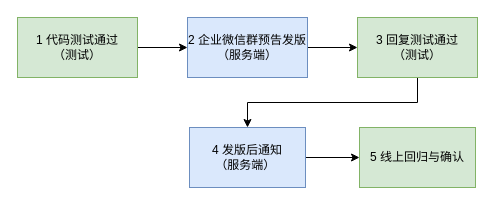
Before: src/发版流程规范-服务端.drawio in ctmaster/waf, a draw.io diagram. Source tidied: cells renumbered, new cells numbered last; positions are measured from the earlier drawing's top-left corner, leaving out a move shared by most shapes. Both pictures are drawn from the tidied source at 100%, with x=0, y=0 at pixel (17, 17).
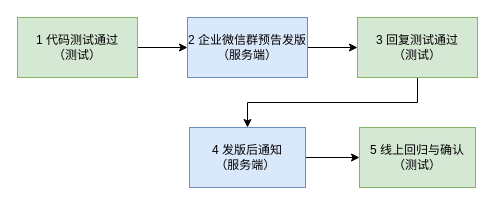
The same page after the edit.

Commit message (it also covers changes not shown here):
Update 发版流程规范-服务端.drawio

What changed in the source:
```diff
@@
 <mxGraphModel>
   <root>
     <mxCell id="0" />
     <mxCell id="1" parent="0" />
     <mxCell id="2" style="edgeStyle=orthogonalEdgeStyle;rounded=0;jettySize=auto;html=1;" parent="1" edge="1" source="3" target="5">
       <mxGeometry relative="1" as="geometry" />
     </mxCell>
     <mxCell id="3" value="1 代码测试通过&lt;br&gt;（测试）" style="rounded=0;whiteSpace=wrap;html=1;fillColor=#d5e8d4;strokeColor=#82b366;" parent="1" vertex="1">
       <mxGeometry width="120" height="60" as="geometry" />
     </mxCell>
     <mxCell id="4" style="edgeStyle=orthogonalEdgeStyle;rounded=0;jettySize=auto;html=1;" parent="1" edge="1" source="5" target="7">
       <mxGeometry relative="1" as="geometry" />
     </mxCell>
     <mxCell id="5" value="2 企业微信群预告发版&lt;br&gt;（服务端）" style="rounded=0;whiteSpace=wrap;html=1;fillColor=#dae8fc;strokeColor=#6c8ebf;" parent="1" vertex="1">
       <mxGeometry x="170" width="120" height="60" as="geometry" />
     </mxCell>
     <mxCell id="6" style="edgeStyle=orthogonalEdgeStyle;rounded=0;jettySize=auto;html=1;exitX=0.5;exitY=1;exitDx=0;exitDy=0;" parent="1" edge="1" source="7" target="9">
       <mxGeometry relative="1" as="geometry" />
     </mxCell>
     <mxCell id="7" value="3 回复测试通过&lt;br&gt;（测试）" style="rounded=0;whiteSpace=wrap;html=1;fillColor=#d5e8d4;strokeColor=#82b366;" parent="1" vertex="1">
       <mxGeometry x="340" width="120" height="60" as="geometry" />
     </mxCell>
     <mxCell id="8" style="edgeStyle=orthogonalEdgeStyle;rounded=0;jettySize=auto;html=1;" parent="1" edge="1" source="9" target="10">
       <mxGeometry relative="1" as="geometry" />
     </mxCell>
     <mxCell id="9" value="4 发版后通知&lt;br&gt;（服务端）&amp;nbsp;" style="rounded=0;whiteSpace=wrap;html=1;fillColor=#dae8fc;strokeColor=#6c8ebf;" parent="1" vertex="1">
       <mxGeometry x="172" y="110" width="116" height="60" as="geometry" />
     </mxCell>
-    <mxCell id="10" value="5 线上回归与确认" style="rounded=0;whiteSpace=wrap;html=1;fillColor=#d5e8d4;strokeColor=#82b366;" parent="1" vertex="1">
+    <mxCell id="10" value="5 线上回归与确认&lt;br&gt;（测试）" style="rounded=0;whiteSpace=wrap;html=1;fillColor=#d5e8d4;strokeColor=#82b366;" parent="1" vertex="1">
       <mxGeometry x="342" y="110" width="116" height="60" as="geometry" />
     </mxCell>
   </root>
 </mxGraphModel>
```
